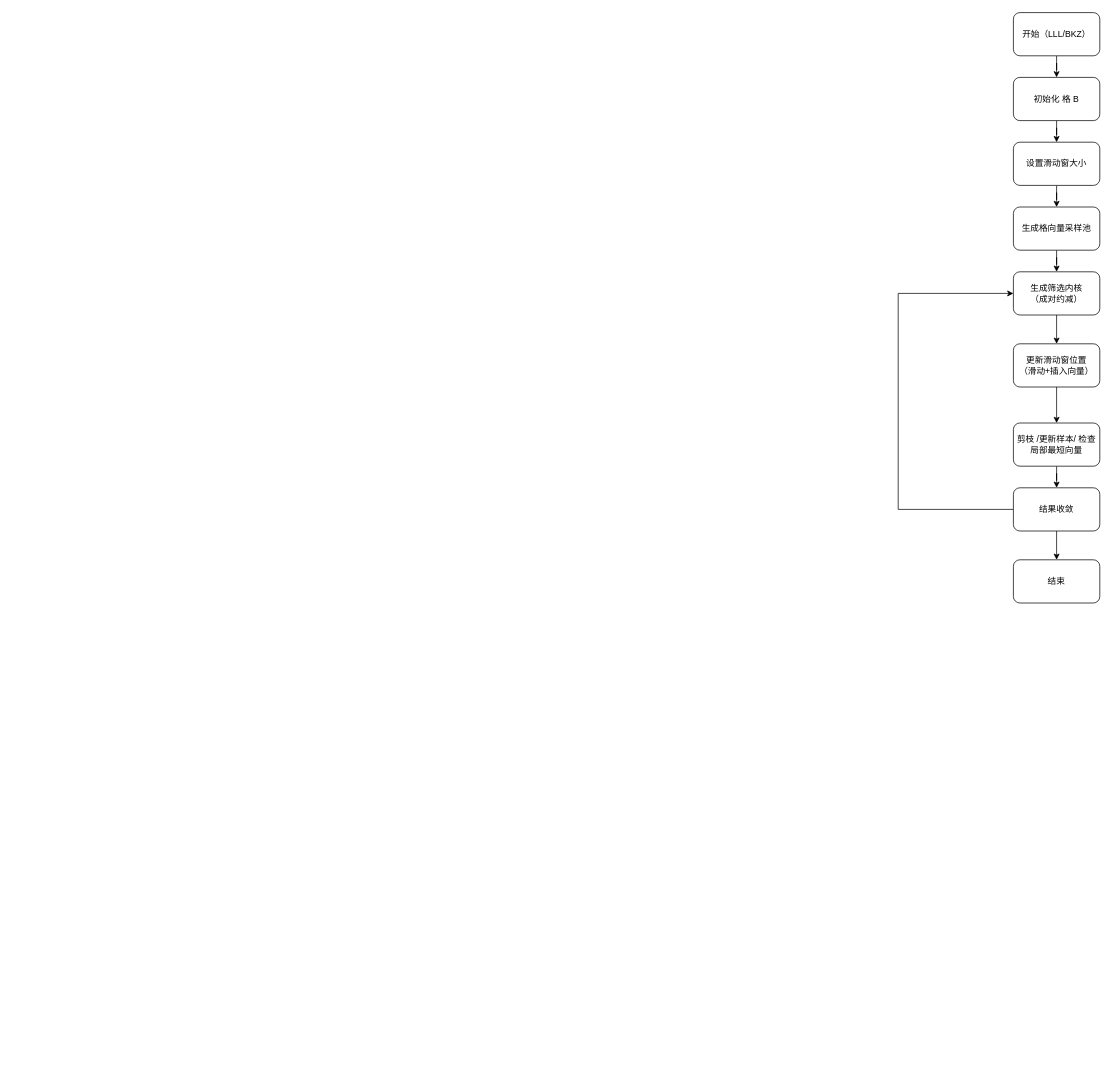
Above: g6k.drawio in icclBrother/AIinfraDocs (draw.io), before the change. Source tidied: cells renumbered, new cells numbered last; positions are measured from the earlier drawing's top-left corner, leaving out a move shared by most shapes. Both pictures are drawn from the tidied source at 72%, with x=0, y=0 at pixel (898, 12).
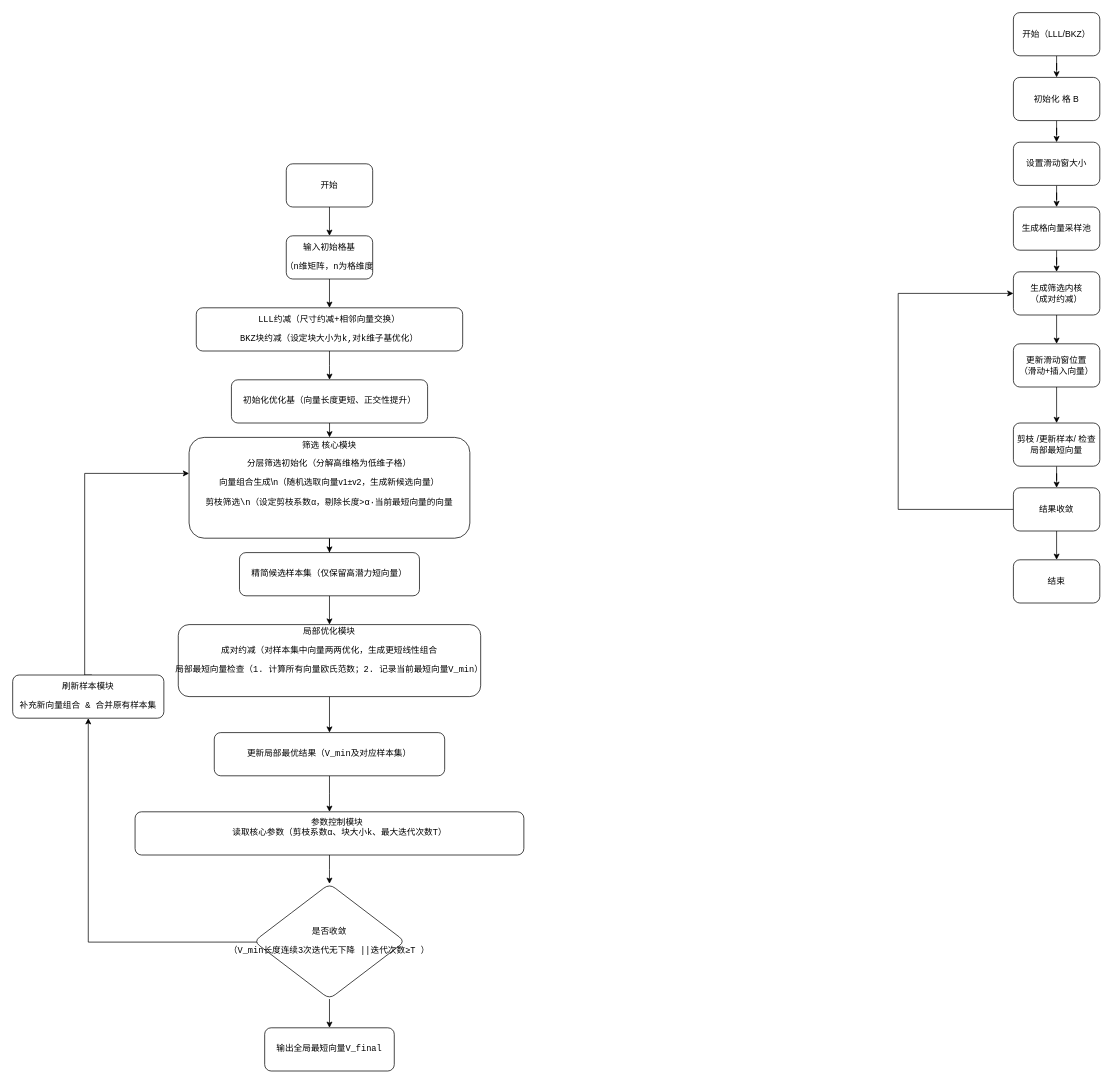
The same diagram, later.

What changed in the source:
```diff
@@
+    <mxCell id="20" style="edgeStyle=orthogonalEdgeStyle;rounded=0;jettySize=auto;html=1;" parent="1" edge="1" source="21" target="23">
+      <mxGeometry relative="1" as="geometry" />
+    </mxCell>
+    <mxCell id="21" value="开始" style="rounded=1;whiteSpace=wrap;html=1;" parent="1" vertex="1">
+      <mxGeometry x="-849.9" y="210" width="120" height="60" as="geometry" />
+    </mxCell>
+    <mxCell id="22" style="edgeStyle=orthogonalEdgeStyle;rounded=0;jettySize=auto;html=1;" parent="1" edge="1" source="23" target="25">
+      <mxGeometry relative="1" as="geometry" />
+    </mxCell>
+    <mxCell id="23" value="&lt;pre class=&quot;container-_HmLba language-mermaid&quot;&gt;&lt;code class=&quot;language-mermaid&quot;&gt;输入初始格基&lt;/code&gt;&lt;/pre&gt;&lt;pre class=&quot;container-_HmLba language-mermaid&quot;&gt;&lt;code class=&quot;language-mermaid&quot;&gt;（n维矩阵，n为格维度&lt;/code&gt;&lt;/pre&gt;" style="rounded=1;whiteSpace=wrap;html=1;" parent="1" vertex="1">
+      <mxGeometry x="-849.9" y="310" width="120" height="60" as="geometry" />
+    </mxCell>
+    <mxCell id="24" style="edgeStyle=orthogonalEdgeStyle;rounded=0;jettySize=auto;html=1;" parent="1" edge="1" source="25" target="27">
+      <mxGeometry relative="1" as="geometry" />
+    </mxCell>
+    <mxCell id="25" value="&lt;pre class=&quot;container-_HmLba language-mermaid&quot;&gt;LLL约减（尺寸约减+相邻向量交换）&lt;/pre&gt;&lt;pre class=&quot;container-_HmLba language-mermaid&quot;&gt;BKZ块约减（设定块大小为k,对k维子基优化）&lt;/pre&gt;" style="rounded=1;whiteSpace=wrap;html=1;" parent="1" vertex="1">
+      <mxGeometry x="-974.9" y="410" width="370" height="60" as="geometry" />
+    </mxCell>
+    <mxCell id="26" style="edgeStyle=orthogonalEdgeStyle;rounded=0;jettySize=auto;html=1;" parent="1" edge="1" source="27" target="29">
+      <mxGeometry relative="1" as="geometry" />
+    </mxCell>
+    <mxCell id="27" value="&lt;pre class=&quot;container-_HmLba language-mermaid&quot;&gt;初始化优化基（向量长度更短、正交性提升）&lt;/pre&gt;" style="rounded=1;whiteSpace=wrap;html=1;" parent="1" vertex="1">
+      <mxGeometry x="-926.1" y="510" width="272.5" height="60" as="geometry" />
+    </mxCell>
+    <mxCell id="28" style="edgeStyle=orthogonalEdgeStyle;rounded=0;jettySize=auto;html=1;" parent="1" edge="1" source="29" target="31">
+      <mxGeometry relative="1" as="geometry" />
+    </mxCell>
+    <mxCell id="29" value="筛选 核心模块&lt;div&gt;&lt;pre class=&quot;container-_HmLba language-mermaid&quot;&gt;&lt;code class=&quot;language-mermaid&quot;&gt;分层筛选初始化（&lt;/code&gt;分解高维格为低维子格）&lt;/pre&gt;&lt;pre class=&quot;container-_HmLba language-mermaid&quot;&gt;&lt;span style=&quot;background-color: transparent; color: light-dark(rgb(0, 0, 0), rgb(255, 255, 255)); font-family: Helvetica; white-space: normal;&quot;&gt;向量组合生成\n（随机选取向量v1±v2，生成新候选向量）&lt;/span&gt;&lt;/pre&gt;&lt;pre class=&quot;container-_HmLba language-mermaid&quot;&gt;&lt;code class=&quot;language-mermaid&quot;&gt;剪枝筛选\n（设定剪枝系数α，剔除长度&amp;gt;α·当前最短向量的向量&lt;/code&gt;&lt;/pre&gt;&lt;pre class=&quot;container-_HmLba language-mermaid&quot;&gt;&lt;span style=&quot;background-color: transparent; color: light-dark(rgb(0, 0, 0), rgb(255, 255, 255)); font-family: Helvetica; white-space: normal;&quot;&gt;&lt;br&gt;&lt;/span&gt;&lt;/pre&gt;&lt;/div&gt;" style="whiteSpace=wrap;html=1;rounded=1;" parent="1" vertex="1">
+      <mxGeometry x="-984.9" y="590" width="390" height="140" as="geometry" />
+    </mxCell>
+    <mxCell id="30" style="edgeStyle=orthogonalEdgeStyle;rounded=0;jettySize=auto;html=1;" parent="1" edge="1" source="31" target="33">
+      <mxGeometry relative="1" as="geometry" />
+    </mxCell>
+    <mxCell id="31" value="&lt;pre class=&quot;container-_HmLba language-mermaid&quot;&gt;&lt;code class=&quot;language-mermaid&quot;&gt;精简候选样本集（仅保留高潜力短向量）&lt;/code&gt;&lt;/pre&gt;" style="whiteSpace=wrap;html=1;rounded=1;" parent="1" vertex="1">
+      <mxGeometry x="-914.9" y="750" width="250" height="60" as="geometry" />
+    </mxCell>
+    <mxCell id="32" style="edgeStyle=orthogonalEdgeStyle;rounded=0;jettySize=auto;html=1;" parent="1" edge="1" source="33" target="35">
+      <mxGeometry relative="1" as="geometry" />
+    </mxCell>
+    <mxCell id="33" value="&lt;pre class=&quot;container-_HmLba language-mermaid&quot;&gt;&lt;code class=&quot;language-mermaid&quot;&gt;局部优化模块&lt;/code&gt;&lt;/pre&gt;&lt;pre class=&quot;container-_HmLba language-mermaid&quot;&gt;&lt;code class=&quot;language-mermaid&quot;&gt;成对约减（对样本集中向量两两优化，生成更短线性组合&lt;/code&gt;&lt;/pre&gt;&lt;pre class=&quot;container-_HmLba language-mermaid&quot;&gt;&lt;code class=&quot;language-mermaid&quot;&gt;局部最短向量检查（1. 计算所有向量欧氏范数；2. 记录当前最短向量V_min）&lt;/code&gt;&lt;/pre&gt;&lt;pre class=&quot;container-_HmLba language-mermaid&quot;&gt;&lt;code class=&quot;language-mermaid&quot;&gt;&lt;br&gt;&lt;/code&gt;&lt;/pre&gt;" style="whiteSpace=wrap;html=1;rounded=1;" parent="1" vertex="1">
+      <mxGeometry x="-999.9" y="850" width="420" height="100" as="geometry" />
+    </mxCell>
+    <mxCell id="34" style="edgeStyle=orthogonalEdgeStyle;rounded=0;jettySize=auto;html=1;" parent="1" edge="1" source="35" target="37">
+      <mxGeometry relative="1" as="geometry" />
+    </mxCell>
+    <mxCell id="35" value="&lt;pre class=&quot;container-_HmLba language-mermaid&quot;&gt;&lt;code class=&quot;language-mermaid&quot;&gt;更新局部最优结果（V_min及对应样本集）&lt;/code&gt;&lt;/pre&gt;" style="whiteSpace=wrap;html=1;rounded=1;" parent="1" vertex="1">
+      <mxGeometry x="-949.9" y="1000" width="320" height="60" as="geometry" />
+    </mxCell>
+    <mxCell id="36" style="edgeStyle=orthogonalEdgeStyle;rounded=0;jettySize=auto;html=1;" parent="1" edge="1" source="37" target="40">
+      <mxGeometry relative="1" as="geometry" />
+    </mxCell>
+    <mxCell id="37" value="&lt;pre class=&quot;container-_HmLba language-mermaid&quot;&gt;&lt;code class=&quot;language-mermaid&quot;&gt;   &lt;span class=&quot;token text string&quot;&gt;参数控制模块&lt;/span&gt;&lt;br&gt;    &lt;span class=&quot;token text string&quot;&gt;读取核心参数（剪枝系数α、块大小k、最大迭代次数T）&lt;/span&gt;&lt;br&gt;&lt;br&gt;&lt;/code&gt;&lt;/pre&gt;" style="whiteSpace=wrap;html=1;rounded=1;" parent="1" vertex="1">
+      <mxGeometry x="-1059.9" y="1110" width="540" height="60" as="geometry" />
+    </mxCell>
+    <mxCell id="38" style="edgeStyle=orthogonalEdgeStyle;rounded=0;jettySize=auto;html=1;" parent="1" edge="1" source="40" target="41">
+      <mxGeometry relative="1" as="geometry" />
+    </mxCell>
+    <mxCell id="39" style="edgeStyle=orthogonalEdgeStyle;rounded=0;jettySize=auto;html=1;entryX=0.5;entryY=1;entryDx=0;entryDy=0;exitX=0.022;exitY=0.506;exitDx=0;exitDy=0;exitPerimeter=0;" parent="1" edge="1" source="40" target="43">
+      <mxGeometry relative="1" as="geometry" />
+    </mxCell>
+    <mxCell id="40" value="&lt;pre class=&quot;container-_HmLba language-mermaid&quot;&gt;&lt;code class=&quot;language-mermaid&quot;&gt;是否收敛&lt;/code&gt;&lt;/pre&gt;&lt;pre class=&quot;container-_HmLba language-mermaid&quot;&gt;&lt;code class=&quot;language-mermaid&quot;&gt;（&lt;/code&gt;V_min长度连续3次迭代无下降 ||迭代次数≥T ）&lt;/pre&gt;" style="rhombus;whiteSpace=wrap;html=1;rounded=1;" parent="1" vertex="1">
+      <mxGeometry x="-894.9" y="1210" width="210" height="160" as="geometry" />
+    </mxCell>
+    <mxCell id="41" value="&lt;pre class=&quot;container-_HmLba language-mermaid&quot;&gt;&lt;code class=&quot;language-mermaid&quot;&gt;输出全局最短向量V_final&lt;/code&gt;&lt;/pre&gt;" style="whiteSpace=wrap;html=1;rounded=1;" parent="1" vertex="1">
+      <mxGeometry x="-879.9" y="1410" width="180" height="60" as="geometry" />
+    </mxCell>
+    <mxCell id="42" style="edgeStyle=orthogonalEdgeStyle;rounded=0;orthogonalLoop=1;jettySize=auto;html=1;" parent="1" edge="1">
+      <mxGeometry relative="1" as="geometry">
+        <mxPoint x="-1119.9" y="920" as="sourcePoint" />
+        <mxPoint x="-984.9" y="640" as="targetPoint" />
+        <Array as="points">
+          <mxPoint x="-1129.9" y="920" />
+          <mxPoint x="-1129.9" y="640" />
+        </Array>
+      </mxGeometry>
+    </mxCell>
+    <mxCell id="43" value="&lt;pre class=&quot;container-_HmLba language-mermaid&quot;&gt;&lt;code class=&quot;language-mermaid&quot;&gt;刷新样本模块&lt;/code&gt;&lt;/pre&gt;&lt;pre class=&quot;container-_HmLba language-mermaid&quot;&gt;&lt;code class=&quot;language-mermaid&quot;&gt;补充新向量组合 &amp;amp; 合并原有样本集&lt;/code&gt;&lt;/pre&gt;" style="whiteSpace=wrap;html=1;rounded=1;" parent="1" vertex="1">
+      <mxGeometry x="-1229.9" y="920" width="210" height="60" as="geometry" />
+    </mxCell>
```
